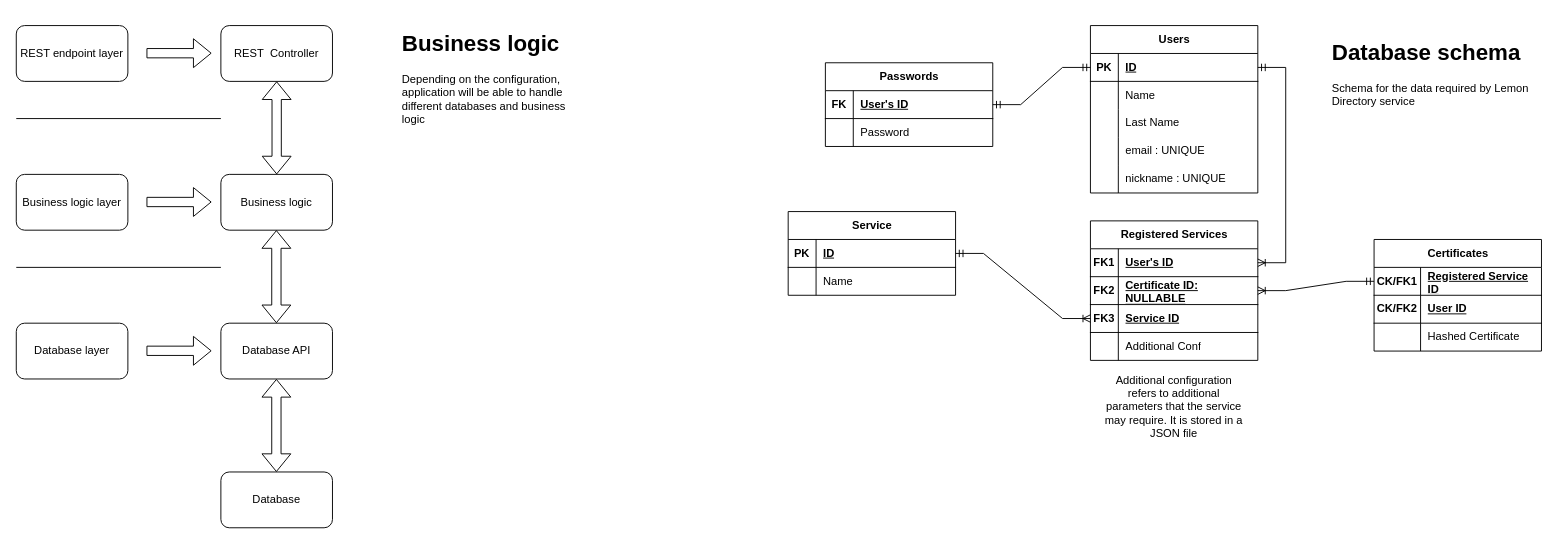
Earlier version of the draw.io diagram lemon_directory.drawio (FluffyLuke/Cigma-directory). Source tidied: cells renumbered, new cells numbered last; positions are measured from the earlier drawing's top-left corner, leaving out a move shared by most shapes. Both pictures are drawn from the tidied source at 93%, with x=0, y=0 at pixel (16, 25).
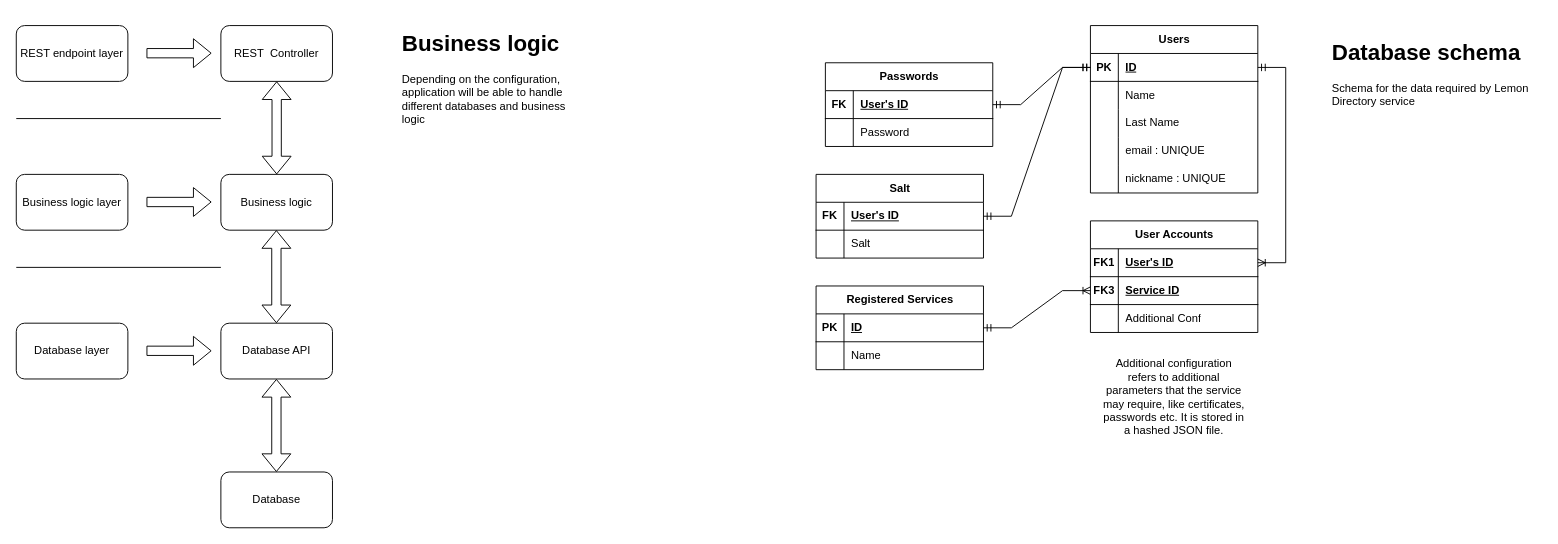
The same diagram, later.

Commit message (it also covers changes not shown here):
Added simple configuration

Unchanged cells that the change refers to:
```xml
<mxCell id="3" style="shape=tableRow;horizontal=0;startSize=0;swimlaneHead=0;swimlaneBody=0;fillColor=none;points=[[0,0.5],[1,0.5]];portConstraint=eastwest;top=0;left=0;right=0;bottom=1;" parent="2" vertex="1">
  <mxGeometry y="30" width="180" height="30" as="geometry" />
</mxCell>
```

The edit, as a diff of the source:
```diff
@@
-    <mxCell id="18" value="Certificates" style="shape=table;startSize=30;childLayout=tableLayout;rowLines=0;fontStyle=1;align=center;html=1;" parent="1" vertex="1">
-      <mxGeometry x="1460" y="230" width="180" height="120" as="geometry" />
-    </mxCell>
-    <mxCell id="19" style="shape=tableRow;horizontal=0;startSize=0;swimlaneHead=0;swimlaneBody=0;fillColor=none;points=[[0,0.5],[1,0.5]];portConstraint=eastwest;top=0;left=0;right=0;bottom=1;" parent="18" vertex="1">
-      <mxGeometry y="30" width="180" height="30" as="geometry" />
-    </mxCell>
-    <mxCell id="20" value="CK/FK1" style="shape=partialRectangle;fillColor=none;top=0;left=0;bottom=0;right=0;fontStyle=1;overflow=hidden;whiteSpace=wrap;html=1;" parent="19" vertex="1">
-      <mxGeometry width="50" height="30" as="geometry" />
-    </mxCell>
-    <mxCell id="21" value="Registered Service ID" style="shape=partialRectangle;fillColor=none;top=0;left=0;bottom=0;right=0;align=left;spacingLeft=6;fontStyle=5;overflow=hidden;whiteSpace=wrap;html=1;" parent="19" vertex="1">
-      <mxGeometry x="50" width="130" height="30" as="geometry" />
-    </mxCell>
-    <mxCell id="22" style="shape=tableRow;horizontal=0;startSize=0;swimlaneHead=0;swimlaneBody=0;fillColor=none;top=0;left=0;right=0;bottom=1;" parent="18" vertex="1">
-      <mxGeometry y="60" width="180" height="30" as="geometry" />
-    </mxCell>
-    <mxCell id="23" value="CK/FK2" style="shape=partialRectangle;fillColor=none;top=0;left=0;bottom=0;right=0;fontStyle=1;overflow=hidden;whiteSpace=wrap;html=1;" parent="22" vertex="1">
-      <mxGeometry width="50" height="30" as="geometry" />
-    </mxCell>
-    <mxCell id="24" value="User ID" style="shape=partialRectangle;fillColor=none;top=0;left=0;bottom=0;right=0;align=left;spacingLeft=6;fontStyle=5;overflow=hidden;whiteSpace=wrap;html=1;" parent="22" vertex="1">
-      <mxGeometry x="50" width="130" height="30" as="geometry" />
-    </mxCell>
-    <mxCell id="25" style="shape=tableRow;horizontal=0;startSize=0;swimlaneHead=0;swimlaneBody=0;fillColor=none;top=0;left=0;right=0;bottom=0;" parent="18" vertex="1">
-      <mxGeometry y="90" width="180" height="30" as="geometry" />
-    </mxCell>
-    <mxCell id="26" style="shape=partialRectangle;fillColor=none;top=0;left=0;bottom=0;right=0;overflow=hidden;whiteSpace=wrap;html=1;" parent="25" vertex="1">
-      <mxGeometry width="50" height="30" as="geometry" />
-    </mxCell>
-    <mxCell id="27" value="Hashed Certificate" style="shape=partialRectangle;fillColor=none;top=0;left=0;bottom=0;right=0;align=left;spacingLeft=6;overflow=hidden;whiteSpace=wrap;html=1;" parent="25" vertex="1">
-      <mxGeometry x="50" width="130" height="30" as="geometry" />
-    </mxCell>
@@
-    <mxCell id="36" value="Service" style="shape=table;startSize=30;childLayout=tableLayout;rowLines=0;fontStyle=1;align=center;html=1;" parent="1" vertex="1">
-      <mxGeometry x="830" y="200" width="180" height="90" as="geometry" />
+    <mxCell id="36" value="Registered Services" style="shape=table;startSize=30;childLayout=tableLayout;rowLines=0;fontStyle=1;align=center;html=1;" parent="1" vertex="1">
+      <mxGeometry x="860" y="280" width="180" height="90" as="geometry" />
     </mxCell>
@@
-    <mxCell id="43" value="Registered Services" style="shape=table;startSize=30;childLayout=tableLayout;rowLines=0;fontStyle=1;align=center;html=1;" parent="1" vertex="1">
-      <mxGeometry x="1155" y="210" width="180" height="150" as="geometry" />
+    <mxCell id="43" value="User Accounts" style="shape=table;startSize=30;childLayout=tableLayout;rowLines=0;fontStyle=1;align=center;html=1;" parent="1" vertex="1">
+      <mxGeometry x="1155" y="210" width="180" height="120" as="geometry" />
     </mxCell>
@@
-    <mxCell id="47" style="shape=tableRow;horizontal=0;startSize=0;swimlaneHead=0;swimlaneBody=0;fillColor=none;points=[[0,0.5],[1,0.5]];portConstraint=eastwest;top=0;left=0;right=0;bottom=1;" parent="43" vertex="1">
-      <mxGeometry y="60" width="180" height="30" as="geometry" />
-    </mxCell>
-    <mxCell id="48" value="&lt;div&gt;FK2&lt;/div&gt;" style="shape=partialRectangle;fillColor=none;top=0;left=0;bottom=0;right=0;fontStyle=1;overflow=hidden;whiteSpace=wrap;html=1;" parent="47" vertex="1">
-      <mxGeometry width="30" height="30" as="geometry" />
-    </mxCell>
-    <mxCell id="49" value="Certificate ID: NULLABLE" style="shape=partialRectangle;fillColor=none;top=0;left=0;bottom=0;right=0;align=left;spacingLeft=6;fontStyle=5;overflow=hidden;whiteSpace=wrap;html=1;" parent="47" vertex="1">
-      <mxGeometry x="30" width="150" height="30" as="geometry" />
-    </mxCell>
     <mxCell id="50" style="shape=tableRow;horizontal=0;startSize=0;swimlaneHead=0;swimlaneBody=0;fillColor=none;points=[[0,0.5],[1,0.5]];portConstraint=eastwest;top=0;left=0;right=0;bottom=1;" parent="43" vertex="1">
-      <mxGeometry y="90" width="180" height="30" as="geometry" />
+      <mxGeometry y="60" width="180" height="30" as="geometry" />
     </mxCell>
@@
     <mxCell id="53" style="shape=tableRow;horizontal=0;startSize=0;swimlaneHead=0;swimlaneBody=0;fillColor=none;top=0;left=0;right=0;bottom=0;" parent="43" vertex="1">
-      <mxGeometry y="120" width="180" height="30" as="geometry" />
+      <mxGeometry y="90" width="180" height="30" as="geometry" />
     </mxCell>
@@
-    <mxCell id="56" style="edgeStyle=entityRelationEdgeStyle;fontSize=12;html=1;endArrow=ERoneToMany;startArrow=ERmandOne;rounded=0;entryX=1;entryY=0.5;entryDx=0;entryDy=0;exitX=0;exitY=0.5;exitDx=0;exitDy=0;" parent="1" edge="1" source="19" target="47">
-      <mxGeometry relative="1" as="geometry" />
-    </mxCell>
@@
-    <mxCell id="59" value="Additional configuration refers to additional parameters that the service may require. It is stored in a JSON file" style="text;html=1;strokeColor=none;fillColor=none;align=center;verticalAlign=middle;whiteSpace=wrap;rounded=0;" parent="1" vertex="1">
-      <mxGeometry x="1165" y="370" width="160" height="80" as="geometry" />
+    <mxCell id="59" value="Additional configuration refers to additional parameters that the service may require, like certificates, passwords etc. It is stored in a hashed JSON file." style="text;html=1;strokeColor=none;fillColor=none;align=center;verticalAlign=middle;whiteSpace=wrap;rounded=0;" parent="1" vertex="1">
+      <mxGeometry x="1165" y="350" width="160" height="100" as="geometry" />
     </mxCell>
@@
+    <mxCell id="77" value="Salt" style="shape=table;startSize=30;childLayout=tableLayout;rowLines=0;fontStyle=1;align=center;html=1;" parent="1" vertex="1">
+      <mxGeometry x="860" y="160" width="180" height="90" as="geometry" />
+    </mxCell>
+    <mxCell id="19" style="shape=tableRow;horizontal=0;startSize=0;swimlaneHead=0;swimlaneBody=0;fillColor=none;points=[[0,0.5],[1,0.5]];portConstraint=eastwest;top=0;left=0;right=0;bottom=1;" parent="77" vertex="1">
+      <mxGeometry y="30" width="180" height="30" as="geometry" />
+    </mxCell>
+    <mxCell id="78" value="FK" style="shape=partialRectangle;fillColor=none;top=0;left=0;bottom=0;right=0;fontStyle=1;overflow=hidden;whiteSpace=wrap;html=1;" parent="19" vertex="1">
+      <mxGeometry width="30" height="30" as="geometry" />
+    </mxCell>
+    <mxCell id="79" value="User's ID" style="shape=partialRectangle;fillColor=none;top=0;left=0;bottom=0;right=0;align=left;spacingLeft=6;fontStyle=5;overflow=hidden;whiteSpace=wrap;html=1;" parent="19" vertex="1">
+      <mxGeometry x="30" width="150" height="30" as="geometry" />
+    </mxCell>
+    <mxCell id="80" style="shape=tableRow;horizontal=0;startSize=0;swimlaneHead=0;swimlaneBody=0;fillColor=none;top=0;left=0;right=0;bottom=0;" parent="77" vertex="1">
+      <mxGeometry y="60" width="180" height="30" as="geometry" />
+    </mxCell>
+    <mxCell id="81" style="shape=partialRectangle;fillColor=none;top=0;left=0;bottom=0;right=0;overflow=hidden;whiteSpace=wrap;html=1;" parent="80" vertex="1">
+      <mxGeometry width="30" height="30" as="geometry" />
+    </mxCell>
+    <mxCell id="82" value="Salt" style="shape=partialRectangle;fillColor=none;top=0;left=0;bottom=0;right=0;align=left;spacingLeft=6;overflow=hidden;whiteSpace=wrap;html=1;" parent="80" vertex="1">
+      <mxGeometry x="30" width="150" height="30" as="geometry" />
+    </mxCell>
+    <mxCell id="83" style="edgeStyle=entityRelationEdgeStyle;fontSize=12;html=1;endArrow=ERmandOne;startArrow=ERmandOne;rounded=0;entryX=0;entryY=0.5;entryDx=0;entryDy=0;exitX=1;exitY=0.5;exitDx=0;exitDy=0;" parent="1" edge="1" source="19" target="3">
+      <mxGeometry relative="1" as="geometry">
+        <Array as="points">
+          <mxPoint x="1110" y="140" />
+          <mxPoint x="1100" y="140" />
+        </Array>
+      </mxGeometry>
+    </mxCell>
```
